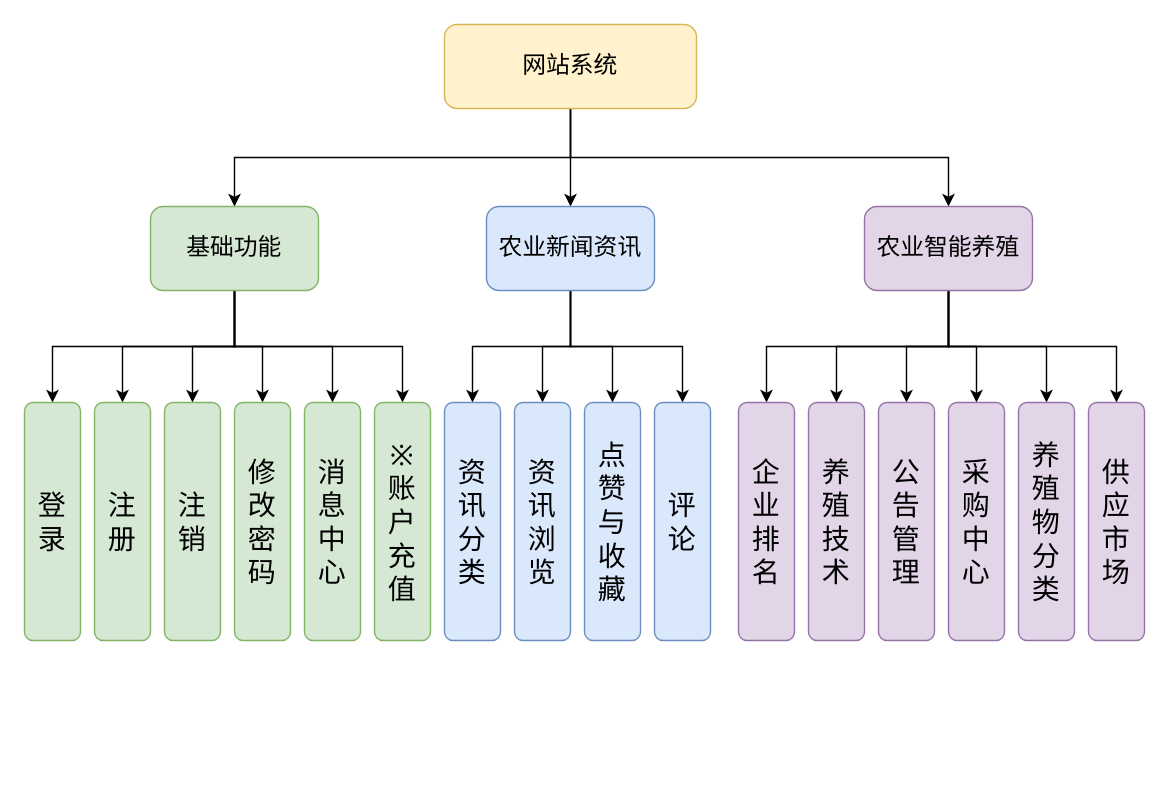
Before: 10-农业大数据.drawio in redcomet88/DRAW, a draw.io diagram. Source tidied: cells renumbered, new cells numbered last; positions are measured from the earlier drawing's top-left corner, leaving out a move shared by most shapes. Both pictures are drawn from the tidied source at 140%, with x=0, y=0 at pixel (24, 24).
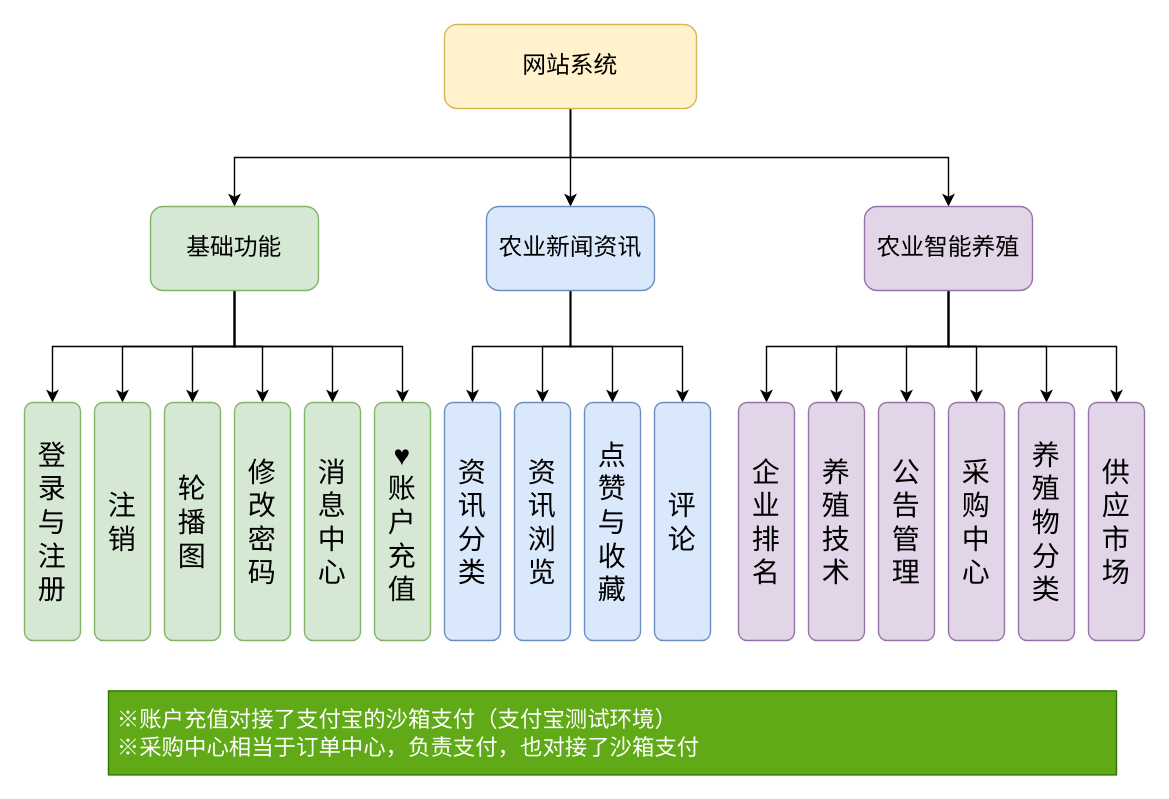
Above is the later version.

Commit message (it also covers changes not shown here):
Update 10-农业大数据.drawio

The edit, as a diff of the source:
```diff
@@
-    <mxCell id="25" value="登录" style="rounded=1;verticalAlign=middle;horizontal=1;whiteSpace=wrap;html=1;fontSize=20;shadow=0;fillColor=#d5e8d4;strokeColor=#82b366;" parent="1" vertex="1">
+    <mxCell id="25" value="登录与注册" style="rounded=1;verticalAlign=middle;horizontal=1;whiteSpace=wrap;html=1;fontSize=20;shadow=0;fillColor=#d5e8d4;strokeColor=#82b366;" parent="1" vertex="1">
       <mxGeometry y="270" width="40" height="170" as="geometry" />
     </mxCell>
-    <mxCell id="26" value="注册" style="rounded=1;verticalAlign=middle;horizontal=1;whiteSpace=wrap;html=1;fontSize=20;shadow=0;fillColor=#d5e8d4;strokeColor=#82b366;" parent="1" vertex="1">
+    <mxCell id="26" value="注销" style="rounded=1;verticalAlign=middle;horizontal=1;whiteSpace=wrap;html=1;fontSize=20;shadow=0;fillColor=#d5e8d4;strokeColor=#82b366;" parent="1" vertex="1">
       <mxGeometry x="50" y="270" width="40" height="170" as="geometry" />
     </mxCell>
-    <mxCell id="27" value="注销" style="rounded=1;verticalAlign=middle;horizontal=1;whiteSpace=wrap;html=1;fontSize=20;shadow=0;fillColor=#d5e8d4;strokeColor=#82b366;" parent="1" vertex="1">
+    <mxCell id="27" value="轮播图" style="rounded=1;verticalAlign=middle;horizontal=1;whiteSpace=wrap;html=1;fontSize=20;shadow=0;fillColor=#d5e8d4;strokeColor=#82b366;" parent="1" vertex="1">
       <mxGeometry x="100" y="270" width="40" height="170" as="geometry" />
     </mxCell>
@@
-    <mxCell id="39" value="※&lt;br&gt;账户充值" style="rounded=1;verticalAlign=middle;horizontal=1;whiteSpace=wrap;html=1;fontSize=20;shadow=0;fillColor=#d5e8d4;strokeColor=#82b366;" parent="1" vertex="1">
+    <mxCell id="39" value="♥&lt;br&gt;账户充值" style="rounded=1;verticalAlign=middle;horizontal=1;whiteSpace=wrap;html=1;fontSize=20;shadow=0;fillColor=#d5e8d4;strokeColor=#82b366;" parent="1" vertex="1">
       <mxGeometry x="250" y="270" width="40" height="170" as="geometry" />
     </mxCell>
@@
+    <mxCell id="41" value="&amp;nbsp;※账户充值对接了支付宝的沙箱支付（支付宝测试环境）&lt;br&gt;&amp;nbsp;※采购中心相当于订单中心，负责支付，也对接了沙箱支付" style="rounded=0;whiteSpace=wrap;html=1;shadow=0;align=left;fontSize=16;fillColor=#60a917;fontColor=#ffffff;strokeColor=#2D7600;" parent="1" vertex="1">
+      <mxGeometry x="60" y="476" width="720" height="60" as="geometry" />
+    </mxCell>
```
